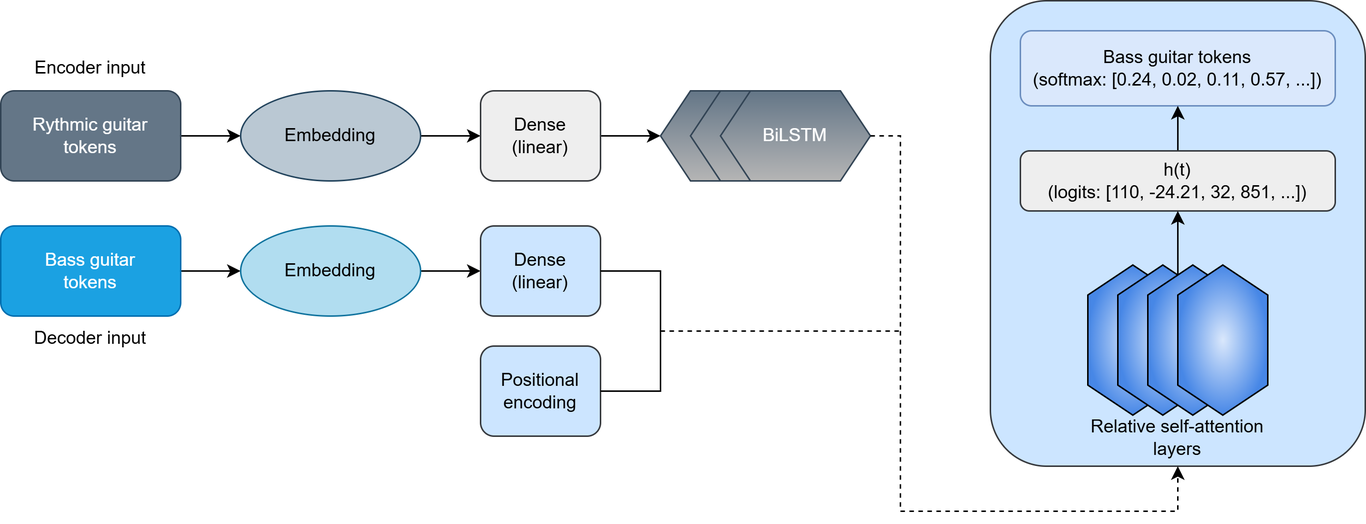
Before: reports-presentations/images-figures/model_adapted.png, a diagram exported from draw.io (OlitHub/guitar-tab-gen). Source tidied: cells renumbered, new cells last; positions are measured from the earlier drawing's top-left corner, leaving out a move shared by most shapes.
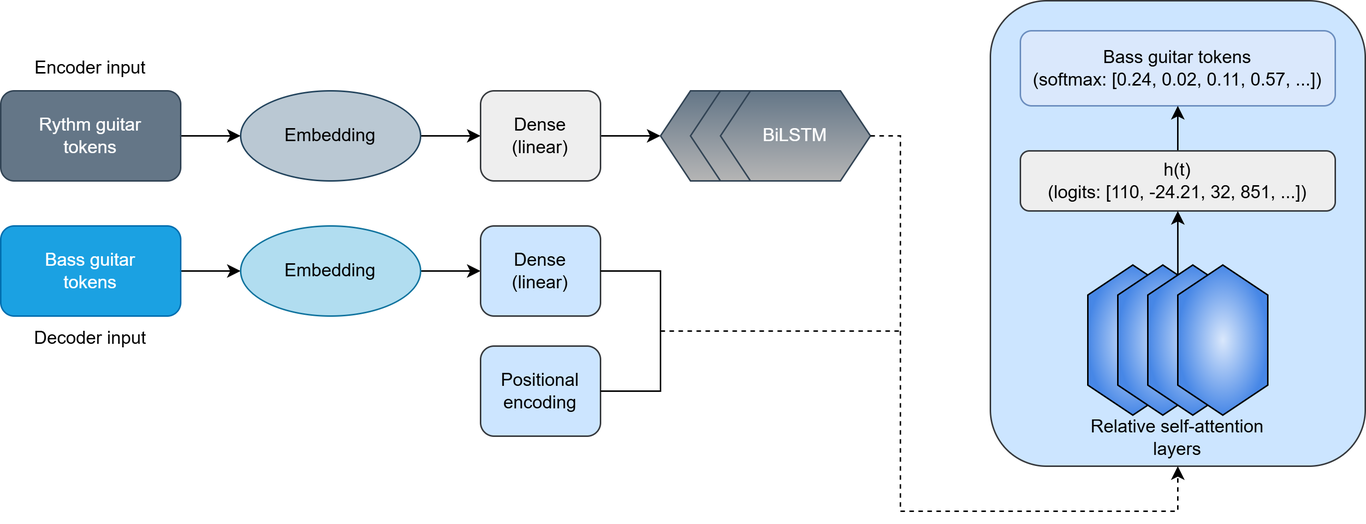
Later version of the same file.

Change to the diagram source:
```diff
@@ -5,7 +5,7 @@
     <mxCell id="2" style="edgeStyle=orthogonalEdgeStyle;rounded=0;jettySize=auto;html=1;entryX=0;entryY=0.5;entryDx=0;entryDy=0;" parent="1" edge="1" source="3" target="5">
       <mxGeometry relative="1" as="geometry" />
     </mxCell>
-    <mxCell id="3" value="Rythmic guitar&lt;div&gt;tokens&lt;/div&gt;" style="rounded=1;whiteSpace=wrap;html=1;fillColor=#647687;fontColor=#ffffff;strokeColor=#314354;" parent="1" vertex="1">
+    <mxCell id="3" value="Rythm guitar&lt;div&gt;tokens&lt;/div&gt;" style="rounded=1;whiteSpace=wrap;html=1;fillColor=#647687;fontColor=#ffffff;strokeColor=#314354;" parent="1" vertex="1">
       <mxGeometry y="60" width="120" height="60" as="geometry" />
     </mxCell>
     <mxCell id="4" style="edgeStyle=orthogonalEdgeStyle;rounded=0;jettySize=auto;html=1;entryX=0;entryY=0.5;entryDx=0;entryDy=0;" parent="1" edge="1" source="5" target="7">
```
